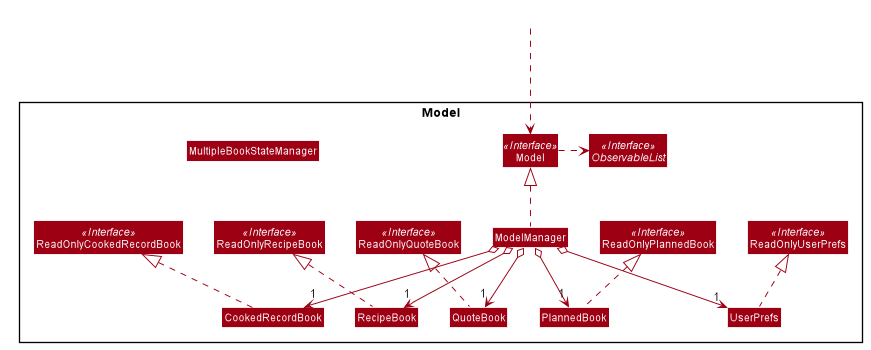
Above: docs/images/ModelClassDiagram.png in nus-cs2103-AY1920S2/addressbook-level3 (PlantUML), before the change.
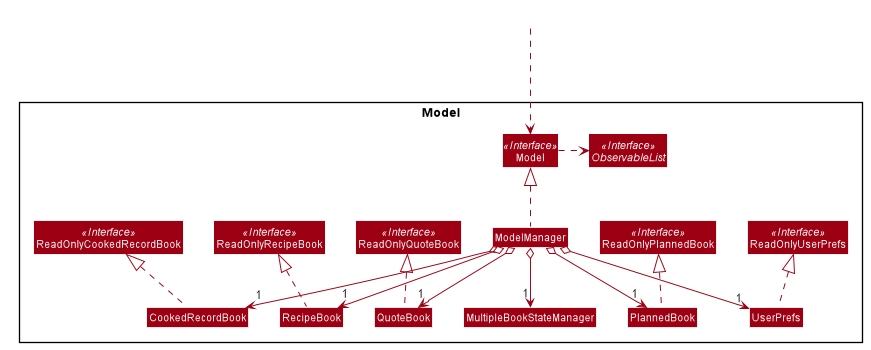
After the change.

Commit message:
Updated Model Diagram

What changed in the source:
```diff
@@ -92,6 +92,7 @@
 ModelManager o--> "1" RecipeBook
 ModelManager o--> "1" QuoteBook
 ModelManager o--> "1" PlannedBook
+ModelManager o--> "1" MultipleBookStateManager
 UserPrefs .up.|> ReadOnlyUserPrefs
 
 CookedRecordBook -[hidden]right-> RecipeBook
```
